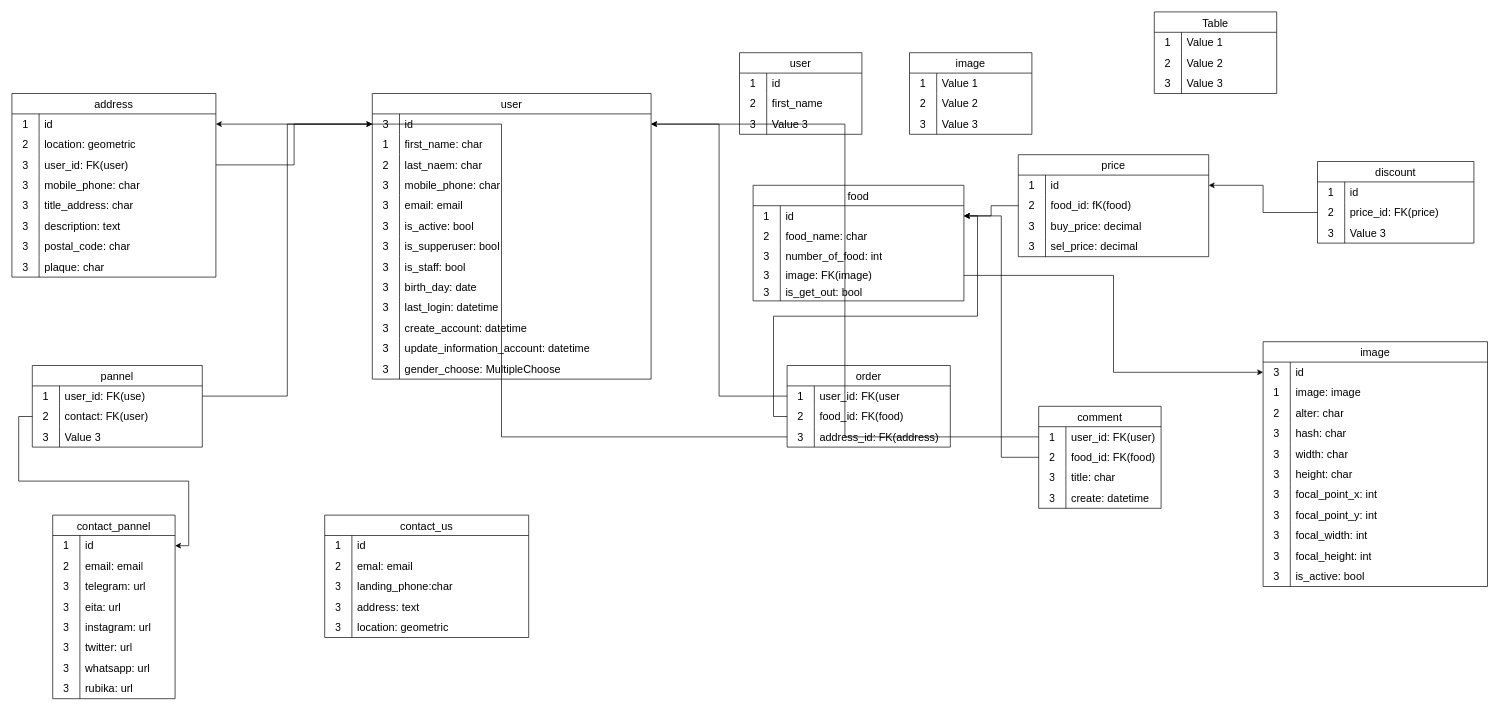
Earlier version of the draw.io diagram cafe_resturant.drawio (mrgdeveloper1401/cafe_resturant). Source tidied: cells renumbered, new cells numbered last; positions are measured from the earlier drawing's top-left corner, leaving out a move shared by most shapes. Both pictures are drawn from the tidied source at 68%, with x=0, y=0 at pixel (12, 12).
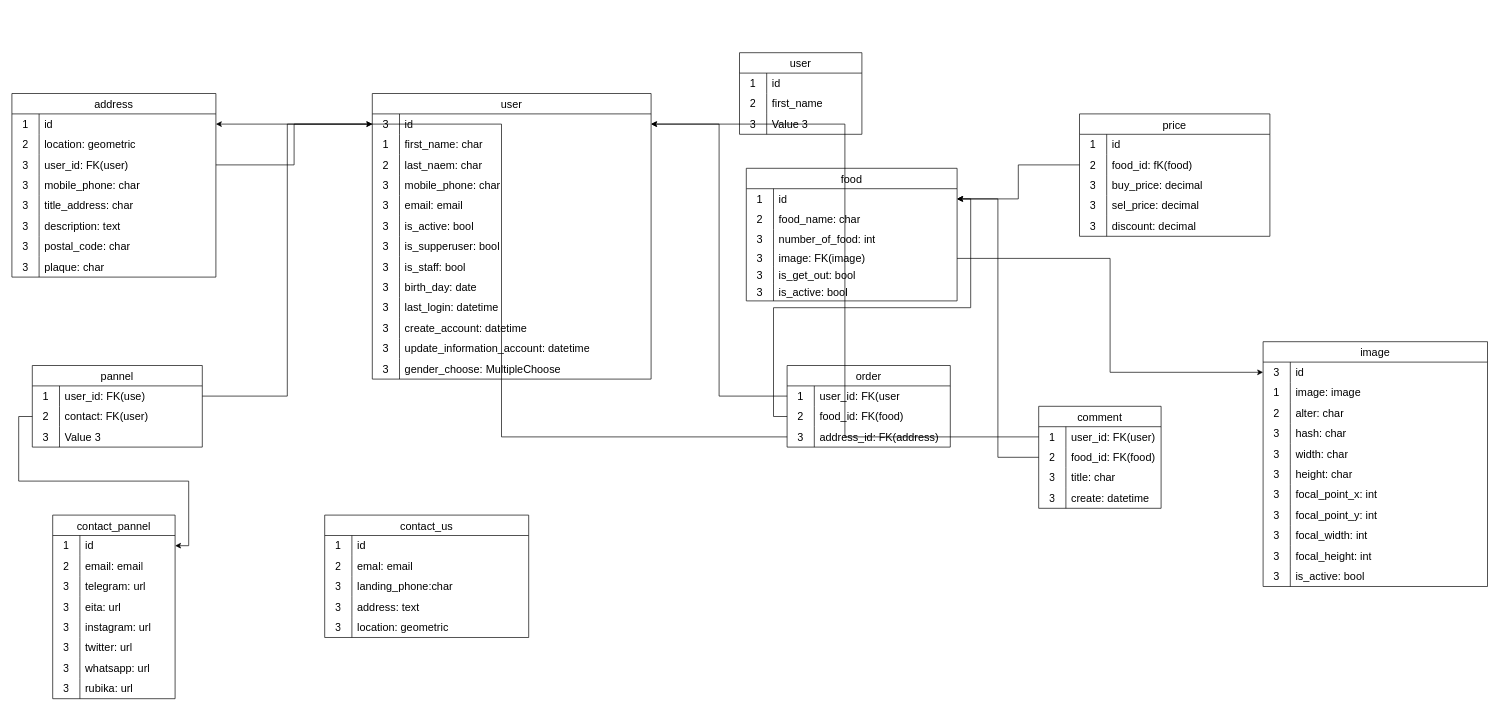
The same page after the edit.

The change refers to these unchanged cells:
```xml
<mxCell id="3" style="shape=tableRow;horizontal=0;startSize=0;swimlaneHead=0;swimlaneBody=0;top=0;left=0;bottom=0;right=0;fillColor=none;points=[[0,0.5],[1,0.5]];portConstraint=eastwest;strokeColor=inherit;fontSize=16;" parent="2" vertex="1">
  <mxGeometry y="30" width="280" height="30" as="geometry" />
</mxCell>
```

Change to the diagram source:
```diff
@@
     <mxCell id="2" value="price" style="shape=table;startSize=30;childLayout=tableLayout;rowLines=0;fontStyle=0;strokeColor=default;fontSize=16;" parent="1" vertex="1">
-      <mxGeometry x="1480" y="210" width="280" height="150" as="geometry" />
+      <mxGeometry x="1570" y="150" width="280" height="180" as="geometry" />
     </mxCell>
@@
-    <mxCell id="15" value="discount" style="shape=table;startSize=30;childLayout=tableLayout;rowLines=0;fontStyle=0;strokeColor=default;fontSize=16;" parent="1" vertex="1">
-      <mxGeometry x="1920" y="220" width="230" height="120" as="geometry" />
-    </mxCell>
-    <mxCell id="16" style="shape=tableRow;horizontal=0;startSize=0;swimlaneHead=0;swimlaneBody=0;top=0;left=0;bottom=0;right=0;fillColor=none;strokeColor=inherit;fontSize=16;" parent="15" vertex="1">
-      <mxGeometry y="30" width="230" height="30" as="geometry" />
-    </mxCell>
-    <mxCell id="17" value="1" style="shape=partialRectangle;html=1;whiteSpace=wrap;fillColor=none;top=0;left=0;bottom=0;right=0;overflow=hidden;strokeColor=inherit;fontSize=16;" parent="16" vertex="1">
-      <mxGeometry width="40" height="30" as="geometry" />
-    </mxCell>
-    <mxCell id="18" value="id" style="shape=partialRectangle;html=1;whiteSpace=wrap;fillColor=none;top=0;left=0;bottom=0;right=0;align=left;spacingLeft=6;overflow=hidden;strokeColor=inherit;fontSize=16;" parent="16" vertex="1">
-      <mxGeometry x="40" width="190" height="30" as="geometry" />
-    </mxCell>
-    <mxCell id="19" style="shape=tableRow;horizontal=0;startSize=0;swimlaneHead=0;swimlaneBody=0;top=0;left=0;bottom=0;right=0;fillColor=none;points=[[0,0.5],[1,0.5]];portConstraint=eastwest;strokeColor=inherit;fontSize=16;" parent="15" vertex="1">
-      <mxGeometry y="60" width="230" height="30" as="geometry" />
-    </mxCell>
-    <mxCell id="20" value="2" style="shape=partialRectangle;html=1;whiteSpace=wrap;fillColor=none;top=0;left=0;bottom=0;right=0;overflow=hidden;strokeColor=inherit;fontSize=16;" parent="19" vertex="1">
-      <mxGeometry width="40" height="30" as="geometry" />
-    </mxCell>
-    <mxCell id="21" value="price_id: FK(price)" style="shape=partialRectangle;html=1;whiteSpace=wrap;fillColor=none;top=0;left=0;bottom=0;right=0;align=left;spacingLeft=6;overflow=hidden;strokeColor=inherit;fontSize=16;" parent="19" vertex="1">
-      <mxGeometry x="40" width="190" height="30" as="geometry" />
-    </mxCell>
-    <mxCell id="22" style="shape=tableRow;horizontal=0;startSize=0;swimlaneHead=0;swimlaneBody=0;top=0;left=0;bottom=0;right=0;fillColor=none;strokeColor=inherit;fontSize=16;" parent="15" vertex="1">
-      <mxGeometry y="90" width="230" height="30" as="geometry" />
-    </mxCell>
-    <mxCell id="23" value="3" style="shape=partialRectangle;html=1;whiteSpace=wrap;fillColor=none;top=0;left=0;bottom=0;right=0;overflow=hidden;strokeColor=inherit;fontSize=16;" parent="22" vertex="1">
-      <mxGeometry width="40" height="30" as="geometry" />
-    </mxCell>
-    <mxCell id="24" value="Value 3" style="shape=partialRectangle;html=1;whiteSpace=wrap;fillColor=none;top=0;left=0;bottom=0;right=0;align=left;spacingLeft=6;overflow=hidden;strokeColor=inherit;fontSize=16;" parent="22" vertex="1">
-      <mxGeometry x="40" width="190" height="30" as="geometry" />
-    </mxCell>
+    <mxCell id="255" style="shape=tableRow;horizontal=0;startSize=0;swimlaneHead=0;swimlaneBody=0;top=0;left=0;bottom=0;right=0;fillColor=none;strokeColor=inherit;fontSize=16;" parent="2" vertex="1">
+      <mxGeometry y="150" width="280" height="30" as="geometry" />
+    </mxCell>
+    <mxCell id="256" value="3" style="shape=partialRectangle;html=1;whiteSpace=wrap;fillColor=none;top=0;left=0;bottom=0;right=0;overflow=hidden;strokeColor=inherit;fontSize=16;" parent="255" vertex="1">
+      <mxGeometry width="40" height="30" as="geometry" />
+    </mxCell>
+    <mxCell id="257" value="discount: decimal" style="shape=partialRectangle;html=1;whiteSpace=wrap;fillColor=none;top=0;left=0;bottom=0;right=0;align=left;spacingLeft=6;overflow=hidden;strokeColor=inherit;fontSize=16;" parent="255" vertex="1">
+      <mxGeometry x="40" width="240" height="30" as="geometry" />
+    </mxCell>
     <mxCell id="25" value="food" style="shape=table;startSize=30;childLayout=tableLayout;rowLines=0;fontStyle=0;strokeColor=default;fontSize=16;" parent="1" vertex="1">
-      <mxGeometry x="1090" y="255" width="310" height="170" as="geometry" />
+      <mxGeometry x="1080" y="230" width="310" height="195" as="geometry" />
     </mxCell>
@@
-    <mxCell id="41" value="Table" style="shape=table;startSize=30;childLayout=tableLayout;rowLines=0;fontStyle=0;strokeColor=default;fontSize=16;" parent="1" vertex="1">
-      <mxGeometry x="1680" width="180" height="120" as="geometry" />
-    </mxCell>
-    <mxCell id="42" style="shape=tableRow;horizontal=0;startSize=0;swimlaneHead=0;swimlaneBody=0;top=0;left=0;bottom=0;right=0;fillColor=none;strokeColor=inherit;fontSize=16;" parent="41" vertex="1">
-      <mxGeometry y="30" width="180" height="30" as="geometry" />
-    </mxCell>
-    <mxCell id="43" value="1" style="shape=partialRectangle;html=1;whiteSpace=wrap;fillColor=none;top=0;left=0;bottom=0;right=0;overflow=hidden;strokeColor=inherit;fontSize=16;" parent="42" vertex="1">
-      <mxGeometry width="40" height="30" as="geometry" />
-    </mxCell>
-    <mxCell id="44" value="Value 1" style="shape=partialRectangle;html=1;whiteSpace=wrap;fillColor=none;top=0;left=0;bottom=0;right=0;align=left;spacingLeft=6;overflow=hidden;strokeColor=inherit;fontSize=16;" parent="42" vertex="1">
-      <mxGeometry x="40" width="140" height="30" as="geometry" />
-    </mxCell>
-    <mxCell id="45" style="shape=tableRow;horizontal=0;startSize=0;swimlaneHead=0;swimlaneBody=0;top=0;left=0;bottom=0;right=0;fillColor=none;strokeColor=inherit;fontSize=16;" parent="41" vertex="1">
-      <mxGeometry y="60" width="180" height="30" as="geometry" />
-    </mxCell>
-    <mxCell id="46" value="2" style="shape=partialRectangle;html=1;whiteSpace=wrap;fillColor=none;top=0;left=0;bottom=0;right=0;overflow=hidden;strokeColor=inherit;fontSize=16;" parent="45" vertex="1">
-      <mxGeometry width="40" height="30" as="geometry" />
-    </mxCell>
-    <mxCell id="47" value="Value 2" style="shape=partialRectangle;html=1;whiteSpace=wrap;fillColor=none;top=0;left=0;bottom=0;right=0;align=left;spacingLeft=6;overflow=hidden;strokeColor=inherit;fontSize=16;" parent="45" vertex="1">
-      <mxGeometry x="40" width="140" height="30" as="geometry" />
-    </mxCell>
-    <mxCell id="48" style="shape=tableRow;horizontal=0;startSize=0;swimlaneHead=0;swimlaneBody=0;top=0;left=0;bottom=0;right=0;fillColor=none;strokeColor=inherit;fontSize=16;" parent="41" vertex="1">
-      <mxGeometry y="90" width="180" height="30" as="geometry" />
-    </mxCell>
-    <mxCell id="49" value="3" style="shape=partialRectangle;html=1;whiteSpace=wrap;fillColor=none;top=0;left=0;bottom=0;right=0;overflow=hidden;strokeColor=inherit;fontSize=16;" parent="48" vertex="1">
-      <mxGeometry width="40" height="30" as="geometry" />
-    </mxCell>
-    <mxCell id="50" value="Value 3" style="shape=partialRectangle;html=1;whiteSpace=wrap;fillColor=none;top=0;left=0;bottom=0;right=0;align=left;spacingLeft=6;overflow=hidden;strokeColor=inherit;fontSize=16;" parent="48" vertex="1">
-      <mxGeometry x="40" width="140" height="30" as="geometry" />
-    </mxCell>
+    <mxCell id="258" style="shape=tableRow;horizontal=0;startSize=0;swimlaneHead=0;swimlaneBody=0;top=0;left=0;bottom=0;right=0;fillColor=none;strokeColor=inherit;fontSize=16;" parent="25" vertex="1">
+      <mxGeometry y="170" width="310" height="25" as="geometry" />
+    </mxCell>
+    <mxCell id="259" value="3" style="shape=partialRectangle;html=1;whiteSpace=wrap;fillColor=none;top=0;left=0;bottom=0;right=0;overflow=hidden;strokeColor=inherit;fontSize=16;" parent="258" vertex="1">
+      <mxGeometry width="40" height="25" as="geometry" />
+    </mxCell>
+    <mxCell id="260" value="is_active: bool" style="shape=partialRectangle;html=1;whiteSpace=wrap;fillColor=none;top=0;left=0;bottom=0;right=0;align=left;spacingLeft=6;overflow=hidden;strokeColor=inherit;fontSize=16;" parent="258" vertex="1">
+      <mxGeometry x="40" width="270" height="25" as="geometry" />
+    </mxCell>
@@
-    <mxCell id="74" value="image" style="shape=table;startSize=30;childLayout=tableLayout;rowLines=0;fontStyle=0;strokeColor=default;fontSize=16;" parent="1" vertex="1">
-      <mxGeometry x="1320" y="60" width="180" height="120" as="geometry" />
-    </mxCell>
-    <mxCell id="75" style="shape=tableRow;horizontal=0;startSize=0;swimlaneHead=0;swimlaneBody=0;top=0;left=0;bottom=0;right=0;fillColor=none;strokeColor=inherit;fontSize=16;" parent="74" vertex="1">
-      <mxGeometry y="30" width="180" height="30" as="geometry" />
-    </mxCell>
-    <mxCell id="76" value="1" style="shape=partialRectangle;html=1;whiteSpace=wrap;fillColor=none;top=0;left=0;bottom=0;right=0;overflow=hidden;strokeColor=inherit;fontSize=16;" parent="75" vertex="1">
-      <mxGeometry width="40" height="30" as="geometry" />
-    </mxCell>
-    <mxCell id="77" value="Value 1" style="shape=partialRectangle;html=1;whiteSpace=wrap;fillColor=none;top=0;left=0;bottom=0;right=0;align=left;spacingLeft=6;overflow=hidden;strokeColor=inherit;fontSize=16;" parent="75" vertex="1">
-      <mxGeometry x="40" width="140" height="30" as="geometry" />
-    </mxCell>
-    <mxCell id="78" style="shape=tableRow;horizontal=0;startSize=0;swimlaneHead=0;swimlaneBody=0;top=0;left=0;bottom=0;right=0;fillColor=none;strokeColor=inherit;fontSize=16;" parent="74" vertex="1">
-      <mxGeometry y="60" width="180" height="30" as="geometry" />
-    </mxCell>
-    <mxCell id="79" value="2" style="shape=partialRectangle;html=1;whiteSpace=wrap;fillColor=none;top=0;left=0;bottom=0;right=0;overflow=hidden;strokeColor=inherit;fontSize=16;" parent="78" vertex="1">
-      <mxGeometry width="40" height="30" as="geometry" />
-    </mxCell>
-    <mxCell id="80" value="Value 2" style="shape=partialRectangle;html=1;whiteSpace=wrap;fillColor=none;top=0;left=0;bottom=0;right=0;align=left;spacingLeft=6;overflow=hidden;strokeColor=inherit;fontSize=16;" parent="78" vertex="1">
-      <mxGeometry x="40" width="140" height="30" as="geometry" />
-    </mxCell>
-    <mxCell id="81" style="shape=tableRow;horizontal=0;startSize=0;swimlaneHead=0;swimlaneBody=0;top=0;left=0;bottom=0;right=0;fillColor=none;strokeColor=inherit;fontSize=16;" parent="74" vertex="1">
-      <mxGeometry y="90" width="180" height="30" as="geometry" />
-    </mxCell>
-    <mxCell id="82" value="3" style="shape=partialRectangle;html=1;whiteSpace=wrap;fillColor=none;top=0;left=0;bottom=0;right=0;overflow=hidden;strokeColor=inherit;fontSize=16;" parent="81" vertex="1">
-      <mxGeometry width="40" height="30" as="geometry" />
-    </mxCell>
-    <mxCell id="83" value="Value 3" style="shape=partialRectangle;html=1;whiteSpace=wrap;fillColor=none;top=0;left=0;bottom=0;right=0;align=left;spacingLeft=6;overflow=hidden;strokeColor=inherit;fontSize=16;" parent="81" vertex="1">
-      <mxGeometry x="40" width="140" height="30" as="geometry" />
-    </mxCell>
@@
-    <mxCell id="135" style="edgeStyle=orthogonalEdgeStyle;rounded=0;jettySize=auto;html=1;" parent="1" edge="1" source="19" target="3">
-      <mxGeometry relative="1" as="geometry" />
-    </mxCell>
```
